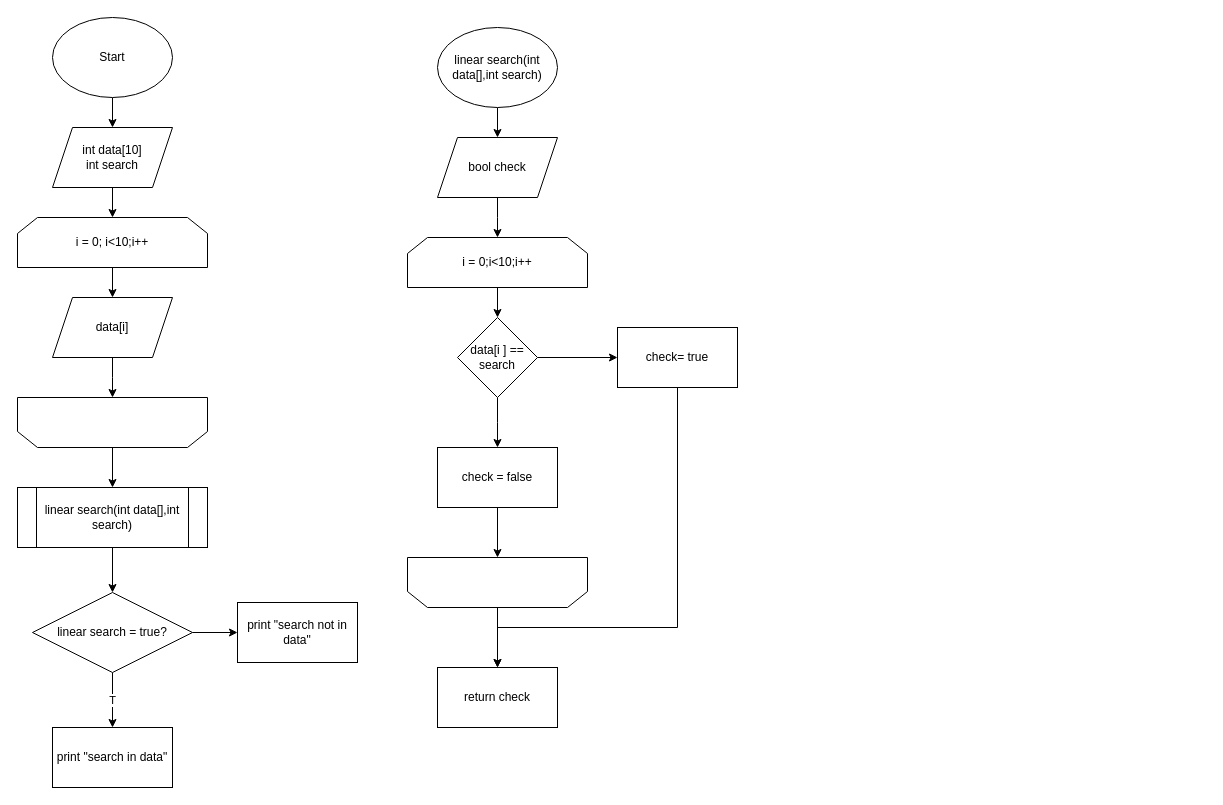
Earlier version of the draw.io diagram flowchart.drawio (gradeF/Flowchart). Source tidied: cells renumbered, new cells numbered last; positions are measured from the earlier drawing's top-left corner, leaving out a move shared by most shapes. Both pictures are drawn from the tidied source at 100%, with x=0, y=0 at pixel (17, 17).
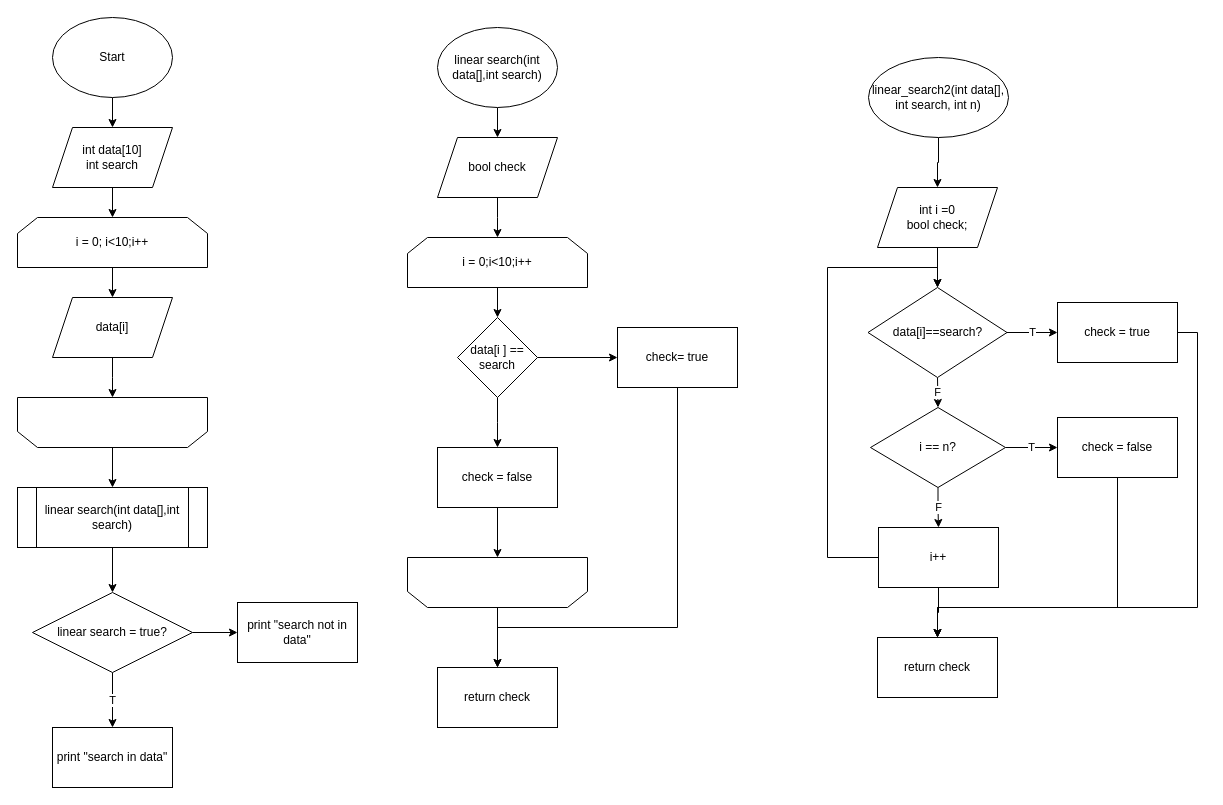
After the change.

Diff of the diagram source:
```diff
@@
+    <mxCell id="35" style="edgeStyle=orthogonalEdgeStyle;rounded=0;jettySize=auto;html=1;exitX=0.5;exitY=1;exitDx=0;exitDy=0;entryX=0.5;entryY=0;entryDx=0;entryDy=0;" parent="1" edge="1" source="36" target="38">
+      <mxGeometry relative="1" as="geometry" />
+    </mxCell>
+    <mxCell id="36" value="linear_search2(int data[], int search, int n)" style="ellipse;whiteSpace=wrap;html=1;" parent="1" vertex="1">
+      <mxGeometry x="851" y="40" width="140" height="80" as="geometry" />
+    </mxCell>
+    <mxCell id="37" style="edgeStyle=orthogonalEdgeStyle;rounded=0;jettySize=auto;html=1;exitX=0.5;exitY=1;exitDx=0;exitDy=0;entryX=0.5;entryY=0;entryDx=0;entryDy=0;" parent="1" edge="1" source="38" target="41">
+      <mxGeometry relative="1" as="geometry" />
+    </mxCell>
+    <mxCell id="38" value="int i =0&lt;br&gt;bool check;" style="shape=parallelogram;perimeter=parallelogramPerimeter;whiteSpace=wrap;html=1;fixedSize=1;" parent="1" vertex="1">
+      <mxGeometry x="860" y="170" width="120" height="60" as="geometry" />
+    </mxCell>
+    <mxCell id="39" value="F" style="edgeStyle=orthogonalEdgeStyle;rounded=0;jettySize=auto;html=1;exitX=0.5;exitY=1;exitDx=0;exitDy=0;entryX=0.5;entryY=0;entryDx=0;entryDy=0;" parent="1" edge="1" source="41" target="46">
+      <mxGeometry relative="1" as="geometry" />
+    </mxCell>
+    <mxCell id="40" value="T" style="edgeStyle=orthogonalEdgeStyle;rounded=0;jettySize=auto;html=1;exitX=1;exitY=0.5;exitDx=0;exitDy=0;entryX=0;entryY=0.5;entryDx=0;entryDy=0;" parent="1" edge="1" source="41" target="43">
+      <mxGeometry relative="1" as="geometry" />
+    </mxCell>
+    <mxCell id="41" value="data[i]==search?" style="rhombus;whiteSpace=wrap;html=1;" parent="1" vertex="1">
+      <mxGeometry x="850.5" y="270" width="139" height="90" as="geometry" />
+    </mxCell>
+    <mxCell id="42" style="edgeStyle=orthogonalEdgeStyle;rounded=0;jettySize=auto;html=1;exitX=1;exitY=0.5;exitDx=0;exitDy=0;entryX=0.5;entryY=0;entryDx=0;entryDy=0;" parent="1" edge="1" source="43" target="52">
+      <mxGeometry relative="1" as="geometry">
+        <Array as="points">
+          <mxPoint x="1180" y="315" />
+          <mxPoint x="1180" y="590" />
+          <mxPoint x="920" y="590" />
+        </Array>
+      </mxGeometry>
+    </mxCell>
+    <mxCell id="43" value="check = true" style="rounded=0;whiteSpace=wrap;html=1;" parent="1" vertex="1">
+      <mxGeometry x="1040" y="285" width="120" height="60" as="geometry" />
+    </mxCell>
+    <mxCell id="44" value="F" style="edgeStyle=orthogonalEdgeStyle;rounded=0;jettySize=auto;html=1;exitX=0.5;exitY=1;exitDx=0;exitDy=0;entryX=0.5;entryY=0;entryDx=0;entryDy=0;" parent="1" edge="1" source="46" target="49">
+      <mxGeometry relative="1" as="geometry" />
+    </mxCell>
+    <mxCell id="45" value="T" style="edgeStyle=orthogonalEdgeStyle;rounded=0;jettySize=auto;html=1;exitX=1;exitY=0.5;exitDx=0;exitDy=0;entryX=0;entryY=0.5;entryDx=0;entryDy=0;" parent="1" edge="1" source="46" target="51">
+      <mxGeometry relative="1" as="geometry" />
+    </mxCell>
+    <mxCell id="46" value="i == n?" style="rhombus;whiteSpace=wrap;html=1;" parent="1" vertex="1">
+      <mxGeometry x="853" y="390" width="135" height="80" as="geometry" />
+    </mxCell>
+    <mxCell id="47" style="edgeStyle=orthogonalEdgeStyle;rounded=0;jettySize=auto;html=1;exitX=0;exitY=0.5;exitDx=0;exitDy=0;entryX=0.5;entryY=0;entryDx=0;entryDy=0;" parent="1" edge="1" source="49" target="41">
+      <mxGeometry relative="1" as="geometry">
+        <Array as="points">
+          <mxPoint x="810" y="540" />
+          <mxPoint x="810" y="250" />
+          <mxPoint x="920" y="250" />
+        </Array>
+      </mxGeometry>
+    </mxCell>
+    <mxCell id="48" style="edgeStyle=orthogonalEdgeStyle;rounded=0;jettySize=auto;html=1;exitX=0.5;exitY=1;exitDx=0;exitDy=0;entryX=0.5;entryY=0;entryDx=0;entryDy=0;" parent="1" edge="1" source="49" target="52">
+      <mxGeometry relative="1" as="geometry" />
+    </mxCell>
+    <mxCell id="49" value="i++" style="rounded=0;whiteSpace=wrap;html=1;" parent="1" vertex="1">
+      <mxGeometry x="861" y="510" width="120" height="60" as="geometry" />
+    </mxCell>
+    <mxCell id="50" style="edgeStyle=orthogonalEdgeStyle;rounded=0;jettySize=auto;html=1;exitX=0.5;exitY=1;exitDx=0;exitDy=0;entryX=0.5;entryY=0;entryDx=0;entryDy=0;" parent="1" edge="1" source="51" target="52">
+      <mxGeometry relative="1" as="geometry">
+        <Array as="points">
+          <mxPoint x="1100" y="590" />
+          <mxPoint x="920" y="590" />
+        </Array>
+      </mxGeometry>
+    </mxCell>
+    <mxCell id="51" value="check = false" style="rounded=0;whiteSpace=wrap;html=1;" parent="1" vertex="1">
+      <mxGeometry x="1040" y="400" width="120" height="60" as="geometry" />
+    </mxCell>
+    <mxCell id="52" value="return check" style="rounded=0;whiteSpace=wrap;html=1;" parent="1" vertex="1">
+      <mxGeometry x="860" y="620" width="120" height="60" as="geometry" />
+    </mxCell>
```
